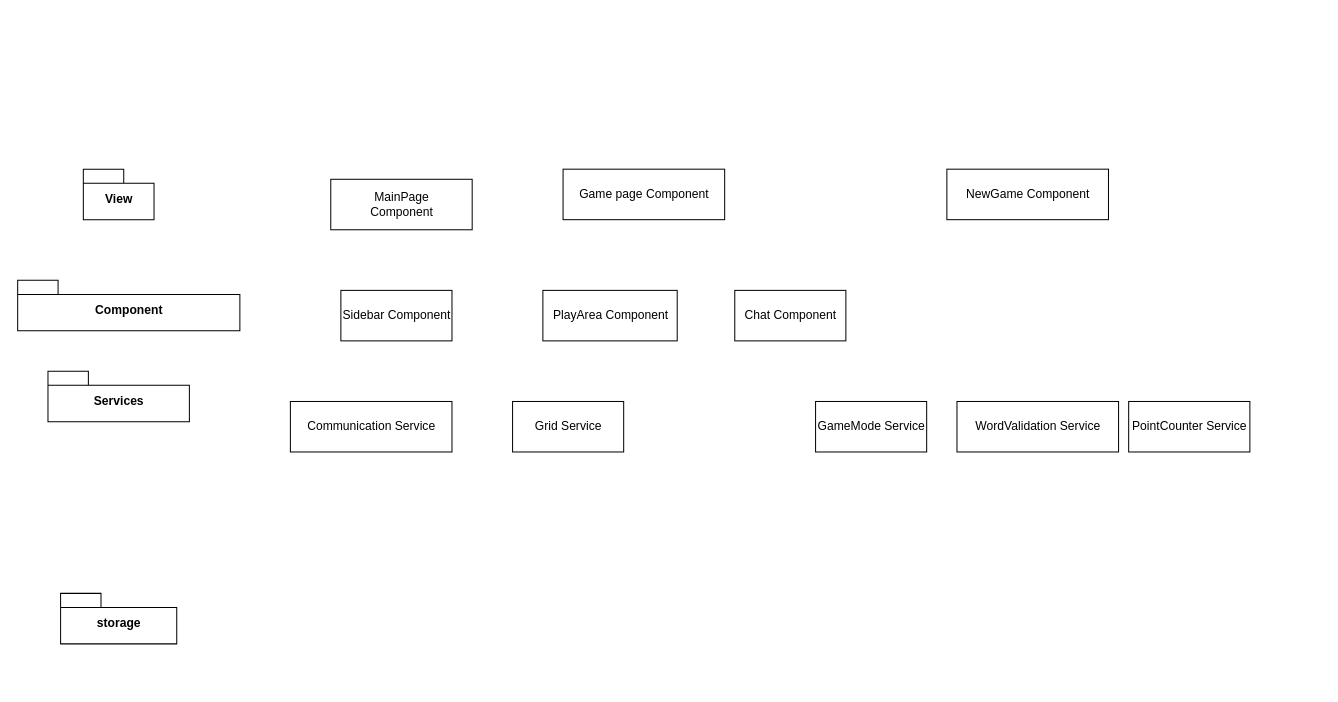
dieyba/ScrabbleGame keeps this draw.io diagram as page "Architecture client" (1 of 3) of diagrams/General diagrams.drawio. Above is the earlier version. Source tidied: cells renumbered, new cells numbered last; positions are measured from the earlier drawing's top-left corner, leaving out a move shared by most shapes. Both pictures are drawn from the tidied source at 101%, with x=0, y=0 at pixel (17, 169).
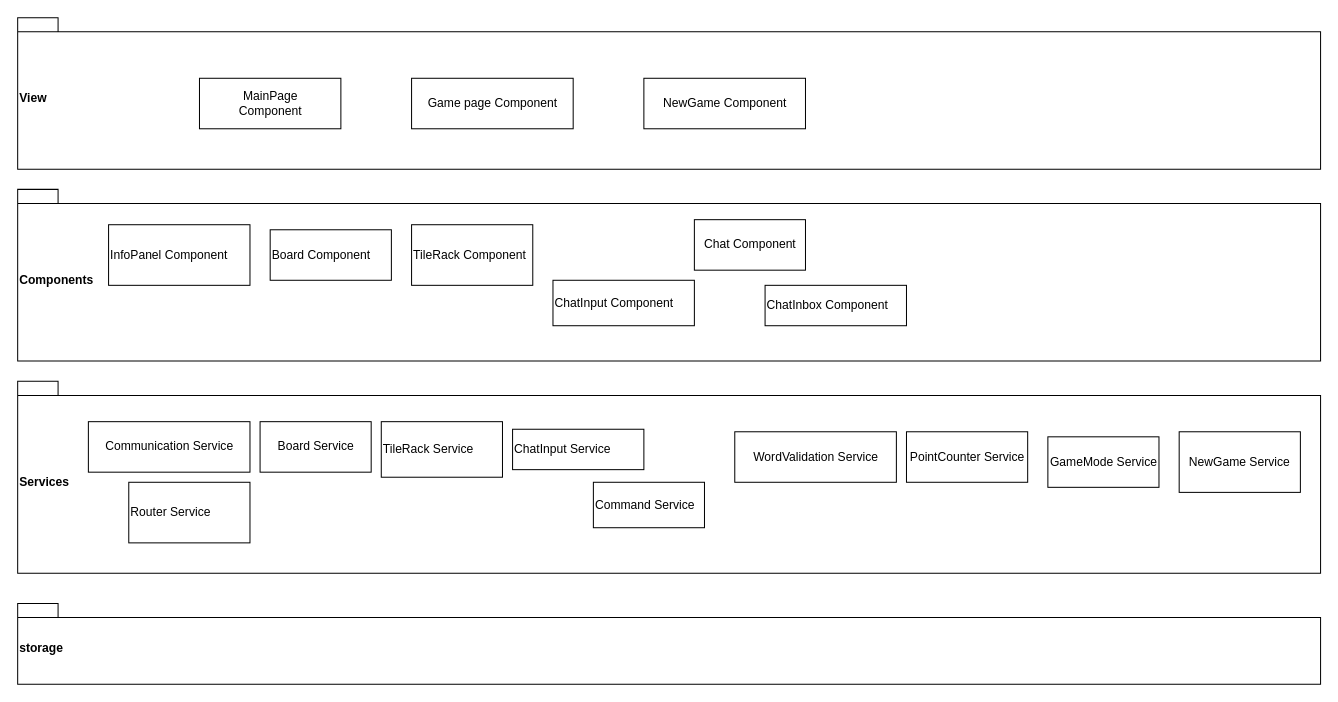
The same page after the edit.

Commit message:
SB [main] diagramme architecture du sprint 1

What changed in the source:
```diff
@@
-    <mxCell id="2" value="&lt;div&gt;Component&lt;/div&gt;" style="shape=folder;fontStyle=1;spacingTop=10;tabWidth=40;tabHeight=14;tabPosition=left;html=1;" parent="1" vertex="1">
-      <mxGeometry y="110" width="220" height="50" as="geometry" />
+    <mxCell id="2" value="&lt;div&gt;Components&lt;/div&gt;" style="shape=folder;fontStyle=1;spacingTop=10;tabWidth=40;tabHeight=14;tabPosition=left;html=1;align=left;" parent="1" vertex="1">
+      <mxGeometry y="20" width="1290" height="170" as="geometry" />
     </mxCell>
+    <mxCell id="17" value="TileRack Component" style="rounded=0;whiteSpace=wrap;html=1;align=left;" parent="2" vertex="1">
+      <mxGeometry x="390" y="35" width="120" height="60" as="geometry" />
+    </mxCell>
+    <mxCell id="18" value="InfoPanel Component" style="rounded=0;whiteSpace=wrap;html=1;align=left;" parent="2" vertex="1">
+      <mxGeometry x="90" y="35" width="140" height="60" as="geometry" />
+    </mxCell>
+    <mxCell id="19" value="Board Component" style="rounded=0;whiteSpace=wrap;html=1;align=left;" parent="2" vertex="1">
+      <mxGeometry x="250" y="40" width="120" height="50" as="geometry" />
+    </mxCell>
+    <mxCell id="14" value="Chat Component" style="html=1;" parent="2" vertex="1">
+      <mxGeometry x="670" y="30" width="110" height="50" as="geometry" />
+    </mxCell>
+    <mxCell id="20" value="ChatInput Component" style="rounded=0;whiteSpace=wrap;html=1;align=left;" parent="2" vertex="1">
+      <mxGeometry x="530" y="90" width="140" height="45" as="geometry" />
+    </mxCell>
+    <mxCell id="21" value="ChatInbox Component" style="rounded=0;whiteSpace=wrap;html=1;align=left;" parent="2" vertex="1">
+      <mxGeometry x="740" y="95" width="140" height="40" as="geometry" />
+    </mxCell>
-    <mxCell id="3" value="Services" style="shape=folder;fontStyle=1;spacingTop=10;tabWidth=40;tabHeight=14;tabPosition=left;html=1;" parent="1" vertex="1">
-      <mxGeometry x="30" y="200" width="140" height="50" as="geometry" />
+    <mxCell id="3" value="Services" style="shape=folder;fontStyle=1;spacingTop=10;tabWidth=40;tabHeight=14;tabPosition=left;html=1;align=left;" parent="1" vertex="1">
+      <mxGeometry y="210" width="1290" height="190" as="geometry" />
     </mxCell>
-    <mxCell id="4" value="storage" style="shape=folder;fontStyle=1;spacingTop=10;tabWidth=40;tabHeight=14;tabPosition=left;html=1;" parent="1" vertex="1">
-      <mxGeometry x="42.5" y="420" width="115" height="50" as="geometry" />
-    </mxCell>
-    <mxCell id="5" value="&lt;div&gt;MainPage &lt;br&gt;&lt;/div&gt;&lt;div&gt;Component&lt;/div&gt;" style="html=1;" parent="1" vertex="1">
-      <mxGeometry x="310" y="10" width="140" height="50" as="geometry" />
-    </mxCell>
+    <mxCell id="7" value="Communication Service" style="html=1;" parent="3" vertex="1">
+      <mxGeometry x="70" y="40" width="160" height="50" as="geometry" />
+    </mxCell>
-    <mxCell id="6" value="Grid Service" style="html=1;" parent="1" vertex="1">
-      <mxGeometry x="490" y="230" width="110" height="50" as="geometry" />
+    <mxCell id="6" value="Board Service" style="html=1;" parent="3" vertex="1">
+      <mxGeometry x="240" y="40" width="110" height="50" as="geometry" />
     </mxCell>
-    <mxCell id="7" value="Communication Service" style="html=1;" parent="1" vertex="1">
-      <mxGeometry x="270" y="230" width="160" height="50" as="geometry" />
-    </mxCell>
-    <mxCell id="8" value="Game page Component" style="html=1;" parent="1" vertex="1">
-      <mxGeometry x="540" width="160" height="50" as="geometry" />
-    </mxCell>
-    <mxCell id="9" value="View" style="shape=folder;fontStyle=1;spacingTop=10;tabWidth=40;tabHeight=14;tabPosition=left;html=1;" parent="1" vertex="1">
-      <mxGeometry x="65" width="70" height="50" as="geometry" />
-    </mxCell>
-    <mxCell id="10" value="Sidebar Component" style="html=1;" parent="1" vertex="1">
-      <mxGeometry x="320" y="120" width="110" height="50" as="geometry" />
-    </mxCell>
-    <mxCell id="11" value="PlayArea Component" style="html=1;" parent="1" vertex="1">
-      <mxGeometry x="520" y="120" width="133" height="50" as="geometry" />
-    </mxCell>
-    <mxCell id="12" value="WordValidation Service" style="html=1;" parent="1" vertex="1">
-      <mxGeometry x="930" y="230" width="160" height="50" as="geometry" />
+    <mxCell id="12" value="WordValidation Service" style="html=1;" parent="3" vertex="1">
+      <mxGeometry x="710" y="50" width="160" height="50" as="geometry" />
     </mxCell>
-    <mxCell id="13" value="PointCounter Service" style="html=1;" parent="1" vertex="1">
-      <mxGeometry x="1100" y="230" width="120" height="50" as="geometry" />
+    <mxCell id="13" value="PointCounter Service" style="html=1;" parent="3" vertex="1">
+      <mxGeometry x="880" y="50" width="120" height="50" as="geometry" />
     </mxCell>
-    <mxCell id="14" value="Chat Component" style="html=1;" parent="1" vertex="1">
-      <mxGeometry x="710" y="120" width="110" height="50" as="geometry" />
-    </mxCell>
-    <mxCell id="15" value="GameMode Service" style="html=1;" parent="1" vertex="1">
-      <mxGeometry x="790" y="230" width="110" height="50" as="geometry" />
+    <mxCell id="15" value="GameMode Service" style="html=1;" parent="3" vertex="1">
+      <mxGeometry x="1020" y="55" width="110" height="50" as="geometry" />
     </mxCell>
+    <mxCell id="22" value="NewGame Service" style="rounded=0;whiteSpace=wrap;html=1;" parent="3" vertex="1">
+      <mxGeometry x="1150" y="50" width="120" height="60" as="geometry" />
+    </mxCell>
+    <mxCell id="23" value="TileRack Service" style="rounded=0;whiteSpace=wrap;html=1;align=left;" parent="3" vertex="1">
+      <mxGeometry x="360" y="40" width="120" height="55" as="geometry" />
+    </mxCell>
+    <mxCell id="24" value="ChatInput Service" style="rounded=0;whiteSpace=wrap;html=1;align=left;" parent="3" vertex="1">
+      <mxGeometry x="490" y="47.5" width="130" height="40" as="geometry" />
+    </mxCell>
+    <mxCell id="25" value="Command Service" style="rounded=0;whiteSpace=wrap;html=1;align=left;" parent="3" vertex="1">
+      <mxGeometry x="570" y="100" width="110" height="45" as="geometry" />
+    </mxCell>
+    <mxCell id="26" value="Router Service" style="rounded=0;whiteSpace=wrap;html=1;align=left;" parent="3" vertex="1">
+      <mxGeometry x="110" y="100" width="120" height="60" as="geometry" />
+    </mxCell>
+    <mxCell id="4" value="storage" style="shape=folder;fontStyle=1;spacingTop=10;tabWidth=40;tabHeight=14;tabPosition=left;html=1;align=left;" parent="1" vertex="1">
+      <mxGeometry y="430" width="1290" height="80" as="geometry" />
+    </mxCell>
+    <mxCell id="9" value="View" style="shape=folder;fontStyle=1;spacingTop=10;tabWidth=40;tabHeight=14;tabPosition=left;html=1;align=left;" parent="1" vertex="1">
+      <mxGeometry y="-150" width="1290" height="150" as="geometry" />
+    </mxCell>
+    <mxCell id="5" value="&lt;div&gt;MainPage &lt;br&gt;&lt;/div&gt;&lt;div&gt;Component&lt;/div&gt;" style="html=1;" parent="9" vertex="1">
+      <mxGeometry x="180" y="60" width="140" height="50" as="geometry" />
+    </mxCell>
+    <mxCell id="8" value="Game page Component" style="html=1;" parent="9" vertex="1">
+      <mxGeometry x="390" y="60" width="160" height="50" as="geometry" />
+    </mxCell>
-    <mxCell id="16" value="NewGame Component" style="html=1;" parent="1" vertex="1">
-      <mxGeometry x="920" width="160" height="50" as="geometry" />
+    <mxCell id="16" value="NewGame Component" style="html=1;" parent="9" vertex="1">
+      <mxGeometry x="620" y="60" width="160" height="50" as="geometry" />
     </mxCell>
```
